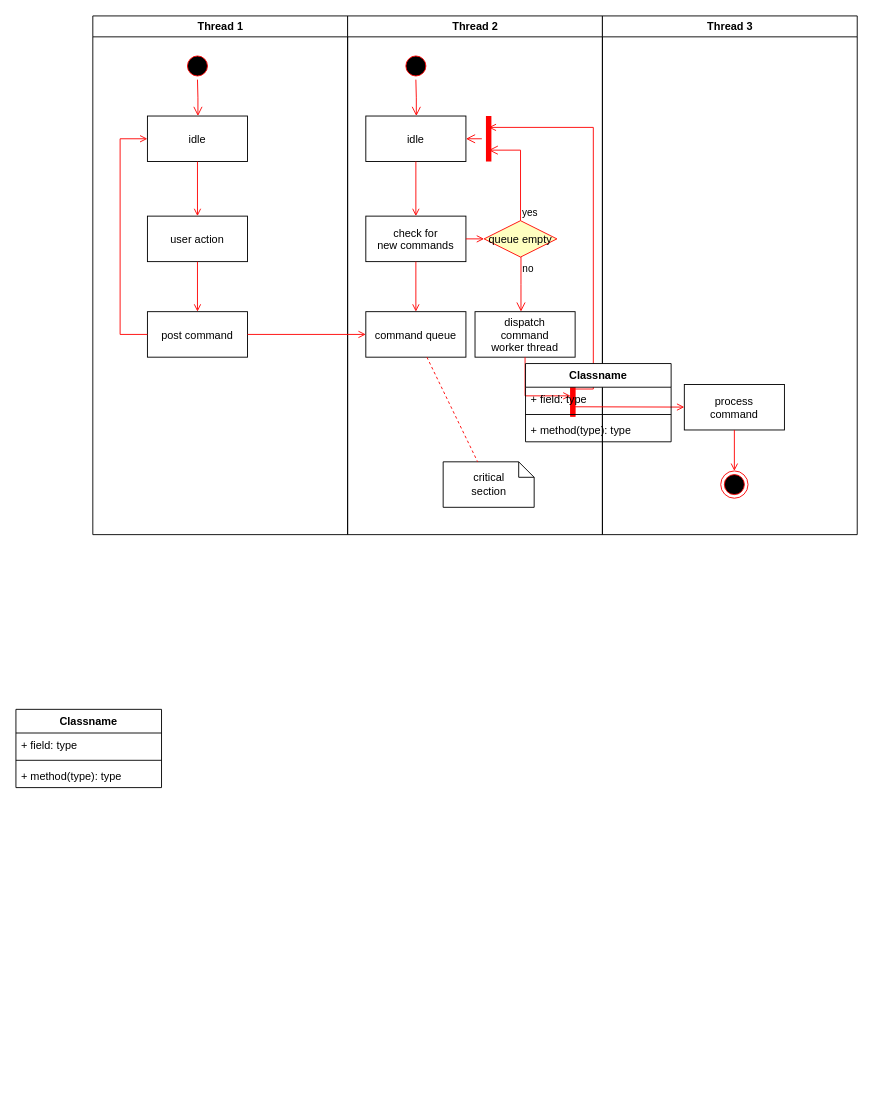
Before: Diagrama sem nome.drawio in Kitchen-Club-Visintainer/.github, a draw.io diagram. Source tidied: cells renumbered, new cells numbered last; positions are measured from the earlier drawing's top-left corner, leaving out a move shared by most shapes. Both pictures are drawn from the tidied source at 91%, with x=0, y=0 at pixel (15, 15).
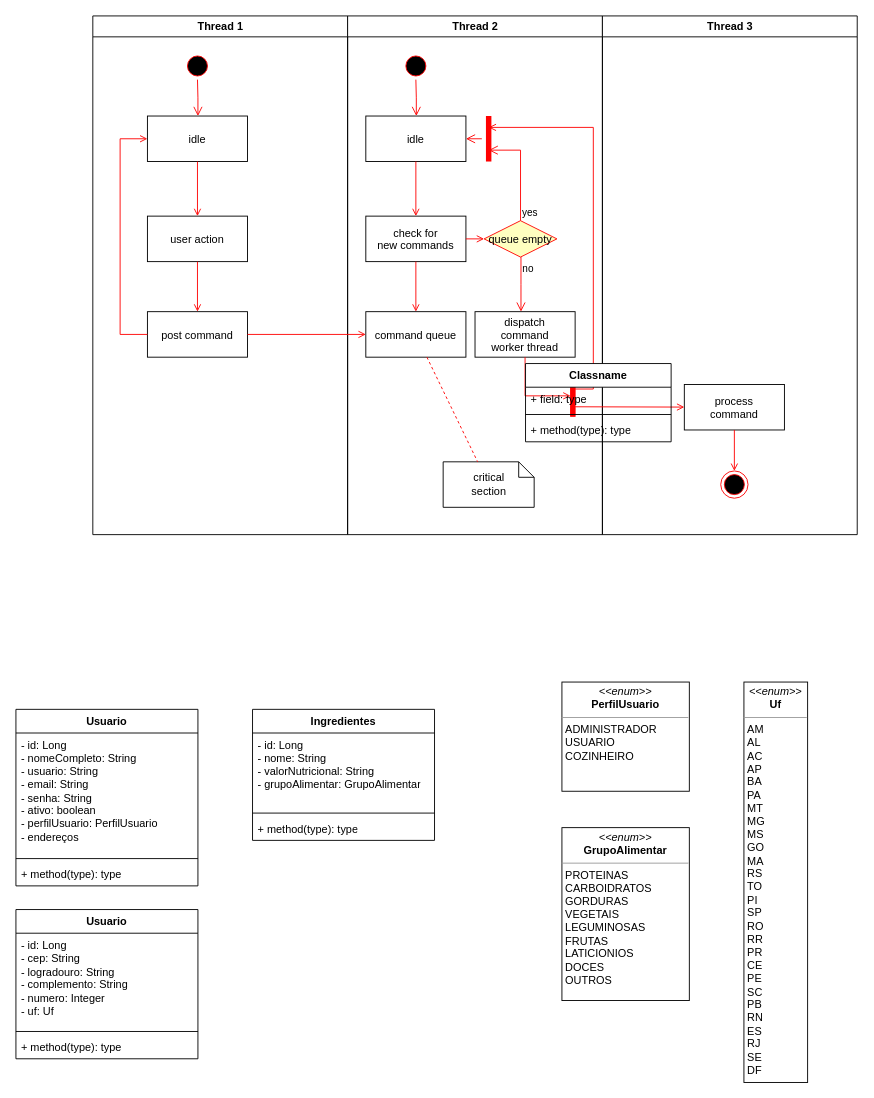
After the change.

Change to the diagram source:
```diff
@@
-    <mxCell id="41" value="Classname" style="swimlane;fontStyle=1;align=center;verticalAlign=top;horizontal=1;startSize=26;whiteSpace=wrap;html=1;" parent="1" vertex="1">
-      <mxGeometry y="762" width="160" height="86" as="geometry" />
+    <mxCell id="41" value="Usuario" style="swimlane;fontStyle=1;align=center;verticalAlign=top;horizontal=1;startSize=26;whiteSpace=wrap;html=1;" parent="1" vertex="1">
+      <mxGeometry y="762" width="200" height="194" as="geometry" />
     </mxCell>
-    <mxCell id="42" value="+ field: type" style="text;strokeColor=none;fillColor=none;align=left;verticalAlign=top;spacingLeft=4;spacingRight=4;overflow=hidden;points=[[0,0.5],[1,0.5]];portConstraint=eastwest;whiteSpace=wrap;html=1;" parent="41" vertex="1">
-      <mxGeometry y="26" width="160" height="26" as="geometry" />
+    <mxCell id="42" value="- id: Long&lt;br&gt;- nomeCompleto: String&lt;br&gt;- usuario: String&lt;br&gt;- email: String&lt;br&gt;- senha: String&lt;br&gt;- ativo: boolean&lt;br&gt;- perfilUsuario:&amp;nbsp;PerfilUsuario&lt;br&gt;- endereços" style="text;strokeColor=none;fillColor=none;align=left;verticalAlign=top;spacingLeft=4;spacingRight=4;overflow=hidden;points=[[0,0.5],[1,0.5]];portConstraint=eastwest;whiteSpace=wrap;html=1;" parent="41" vertex="1">
+      <mxGeometry y="26" width="200" height="134" as="geometry" />
     </mxCell>
     <mxCell id="43" style="line;strokeWidth=1;fillColor=none;align=left;verticalAlign=middle;spacingTop=-1;spacingLeft=3;spacingRight=3;labelPosition=right;strokeColor=inherit;" parent="41" vertex="1">
-      <mxGeometry y="52" width="160" height="8" as="geometry" />
+      <mxGeometry y="160" width="200" height="8" as="geometry" />
     </mxCell>
     <mxCell id="44" value="+ method(type): type" style="text;strokeColor=none;fillColor=none;align=left;verticalAlign=top;spacingLeft=4;spacingRight=4;overflow=hidden;whiteSpace=wrap;html=1;" parent="41" vertex="1">
-      <mxGeometry y="60" width="160" height="26" as="geometry" />
+      <mxGeometry y="168" width="200" height="26" as="geometry" />
     </mxCell>
+    <mxCell id="45" value="&lt;p style=&quot;margin:0px;margin-top:4px;text-align:center;&quot;&gt;&lt;i&gt;&amp;lt;&amp;lt;enum&amp;gt;&amp;gt;&lt;/i&gt;&lt;br&gt;&lt;b&gt;PerfilUsuario&lt;/b&gt;&lt;/p&gt;&lt;hr size=&quot;1&quot;&gt;&lt;p style=&quot;margin:0px;margin-left:4px;&quot;&gt;ADMINISTRADOR&lt;/p&gt;&lt;p style=&quot;margin:0px;margin-left:4px;&quot;&gt;USUARIO&lt;/p&gt;&lt;p style=&quot;margin:0px;margin-left:4px;&quot;&gt;COZINHEIRO&lt;/p&gt;&lt;p style=&quot;margin:0px;margin-left:4px;&quot;&gt;&lt;br&gt;&lt;/p&gt;&lt;p style=&quot;margin:0px;margin-left:4px;&quot;&gt;&lt;br&gt;&lt;/p&gt;" style="verticalAlign=top;align=left;overflow=fill;fontSize=12;fontFamily=Helvetica;html=1;whiteSpace=wrap;noLabel=0;portConstraintRotation=0;" parent="1" vertex="1">
+      <mxGeometry x="600" y="732" width="140" height="120" as="geometry" />
+    </mxCell>
+    <mxCell id="46" style="edgeStyle=orthogonalEdgeStyle;rounded=0;jettySize=auto;html=1;strokeColor=none;" parent="1" edge="1" source="42" target="45">
+      <mxGeometry relative="1" as="geometry" />
+    </mxCell>
+    <mxCell id="47" value="Ingredientes" style="swimlane;fontStyle=1;align=center;verticalAlign=top;horizontal=1;startSize=26;whiteSpace=wrap;html=1;" parent="1" vertex="1">
+      <mxGeometry x="260" y="762" width="200" height="144" as="geometry" />
+    </mxCell>
+    <mxCell id="48" value="- id: Long&lt;br&gt;- nome: String&lt;br&gt;- valorNutricional: String&lt;br&gt;- grupoAlimentar: GrupoAlimentar" style="text;strokeColor=none;fillColor=none;align=left;verticalAlign=top;spacingLeft=4;spacingRight=4;overflow=hidden;whiteSpace=wrap;html=1;" parent="47" vertex="1">
+      <mxGeometry y="26" width="200" height="84" as="geometry" />
+    </mxCell>
+    <mxCell id="49" style="line;strokeWidth=1;fillColor=none;align=left;verticalAlign=middle;spacingTop=-1;spacingLeft=3;spacingRight=3;labelPosition=right;strokeColor=inherit;" parent="47" vertex="1">
+      <mxGeometry y="110" width="200" height="8" as="geometry" />
+    </mxCell>
+    <mxCell id="50" value="+ method(type): type" style="text;strokeColor=none;fillColor=none;align=left;verticalAlign=top;spacingLeft=4;spacingRight=4;overflow=hidden;whiteSpace=wrap;html=1;" parent="47" vertex="1">
+      <mxGeometry y="118" width="200" height="26" as="geometry" />
+    </mxCell>
+    <mxCell id="51" value="&lt;p style=&quot;margin:0px;margin-top:4px;text-align:center;&quot;&gt;&lt;i&gt;&amp;lt;&amp;lt;enum&amp;gt;&amp;gt;&lt;/i&gt;&lt;br&gt;&lt;b&gt;GrupoAlimentar&lt;/b&gt;&lt;/p&gt;&lt;hr size=&quot;1&quot;&gt;&lt;p style=&quot;margin:0px;margin-left:4px;&quot;&gt;PROTEINAS&lt;/p&gt;&lt;p style=&quot;margin:0px;margin-left:4px;&quot;&gt;CARBOIDRATOS&lt;/p&gt;&lt;p style=&quot;margin:0px;margin-left:4px;&quot;&gt;GORDURAS&lt;/p&gt;&lt;p style=&quot;margin:0px;margin-left:4px;&quot;&gt;VEGETAIS&lt;/p&gt;&lt;p style=&quot;margin:0px;margin-left:4px;&quot;&gt;LEGUMINOSAS&lt;/p&gt;&lt;p style=&quot;margin:0px;margin-left:4px;&quot;&gt;FRUTAS&lt;/p&gt;&lt;p style=&quot;margin:0px;margin-left:4px;&quot;&gt;LATICIONIOS&lt;/p&gt;&lt;p style=&quot;margin:0px;margin-left:4px;&quot;&gt;DOCES&lt;/p&gt;&lt;p style=&quot;margin:0px;margin-left:4px;&quot;&gt;OUTROS&lt;/p&gt;" style="verticalAlign=top;align=left;overflow=fill;fontSize=12;fontFamily=Helvetica;html=1;whiteSpace=wrap;noLabel=0;" parent="1" vertex="1">
+      <mxGeometry x="600" y="892" width="140" height="190" as="geometry" />
+    </mxCell>
+    <mxCell id="52" value="Usuario" style="swimlane;fontStyle=1;align=center;verticalAlign=top;horizontal=1;startSize=26;whiteSpace=wrap;html=1;" parent="1" vertex="1">
+      <mxGeometry y="982" width="200" height="164" as="geometry" />
+    </mxCell>
+    <mxCell id="53" value="- id: Long&lt;br&gt;- cep: String&lt;br&gt;- logradouro: String&lt;br&gt;- complemento: String&lt;br&gt;- numero: Integer&lt;br&gt;- uf: Uf" style="text;strokeColor=none;fillColor=none;align=left;verticalAlign=top;spacingLeft=4;spacingRight=4;overflow=hidden;whiteSpace=wrap;html=1;" parent="52" vertex="1">
+      <mxGeometry y="26" width="200" height="104" as="geometry" />
+    </mxCell>
+    <mxCell id="54" style="line;strokeWidth=1;fillColor=none;align=left;verticalAlign=middle;spacingTop=-1;spacingLeft=3;spacingRight=3;labelPosition=right;strokeColor=inherit;" parent="52" vertex="1">
+      <mxGeometry y="130" width="200" height="8" as="geometry" />
+    </mxCell>
+    <mxCell id="55" value="+ method(type): type" style="text;strokeColor=none;fillColor=none;align=left;verticalAlign=top;spacingLeft=4;spacingRight=4;overflow=hidden;whiteSpace=wrap;html=1;" parent="52" vertex="1">
+      <mxGeometry y="138" width="200" height="26" as="geometry" />
+    </mxCell>
+    <mxCell id="56" value="&lt;p style=&quot;margin:0px;margin-top:4px;text-align:center;&quot;&gt;&lt;i&gt;&amp;lt;&amp;lt;enum&amp;gt;&amp;gt;&lt;/i&gt;&lt;br&gt;&lt;b&gt;Uf&lt;/b&gt;&lt;/p&gt;&lt;hr size=&quot;1&quot;&gt;&lt;p style=&quot;margin:0px;margin-left:4px;&quot;&gt;AM&lt;/p&gt;&lt;p style=&quot;margin:0px;margin-left:4px;&quot;&gt;AL&lt;/p&gt;&lt;p style=&quot;margin:0px;margin-left:4px;&quot;&gt;AC&lt;/p&gt;&lt;p style=&quot;margin:0px;margin-left:4px;&quot;&gt;AP&lt;/p&gt;&lt;p style=&quot;margin:0px;margin-left:4px;&quot;&gt;BA&lt;/p&gt;&lt;p style=&quot;margin:0px;margin-left:4px;&quot;&gt;PA&lt;/p&gt;&lt;p style=&quot;margin:0px;margin-left:4px;&quot;&gt;MT&lt;/p&gt;&lt;p style=&quot;margin:0px;margin-left:4px;&quot;&gt;MG&lt;/p&gt;&lt;p style=&quot;margin:0px;margin-left:4px;&quot;&gt;MS&lt;/p&gt;&lt;p style=&quot;margin:0px;margin-left:4px;&quot;&gt;GO&lt;/p&gt;&lt;p style=&quot;margin:0px;margin-left:4px;&quot;&gt;MA&lt;/p&gt;&lt;p style=&quot;margin:0px;margin-left:4px;&quot;&gt;RS&lt;/p&gt;&lt;p style=&quot;margin:0px;margin-left:4px;&quot;&gt;TO&lt;/p&gt;&lt;p style=&quot;margin:0px;margin-left:4px;&quot;&gt;PI&lt;/p&gt;&lt;p style=&quot;margin:0px;margin-left:4px;&quot;&gt;SP&lt;/p&gt;&lt;p style=&quot;margin:0px;margin-left:4px;&quot;&gt;RO&lt;/p&gt;&lt;p style=&quot;margin:0px;margin-left:4px;&quot;&gt;RR&lt;/p&gt;&lt;p style=&quot;margin:0px;margin-left:4px;&quot;&gt;PR&lt;/p&gt;&lt;p style=&quot;margin:0px;margin-left:4px;&quot;&gt;CE&lt;/p&gt;&lt;p style=&quot;margin:0px;margin-left:4px;&quot;&gt;PE&lt;/p&gt;&lt;p style=&quot;margin:0px;margin-left:4px;&quot;&gt;SC&lt;/p&gt;&lt;p style=&quot;margin:0px;margin-left:4px;&quot;&gt;PB&lt;/p&gt;&lt;p style=&quot;margin:0px;margin-left:4px;&quot;&gt;RN&lt;/p&gt;&lt;p style=&quot;margin:0px;margin-left:4px;&quot;&gt;ES&lt;/p&gt;&lt;p style=&quot;margin:0px;margin-left:4px;&quot;&gt;RJ&lt;/p&gt;&lt;p style=&quot;margin:0px;margin-left:4px;&quot;&gt;SE&lt;/p&gt;&lt;p style=&quot;margin:0px;margin-left:4px;&quot;&gt;DF&lt;/p&gt;" style="verticalAlign=top;align=left;overflow=fill;fontSize=12;fontFamily=Helvetica;html=1;whiteSpace=wrap;noLabel=0;" parent="1" vertex="1">
+      <mxGeometry x="800" y="732" width="70" height="440" as="geometry" />
+    </mxCell>
```
